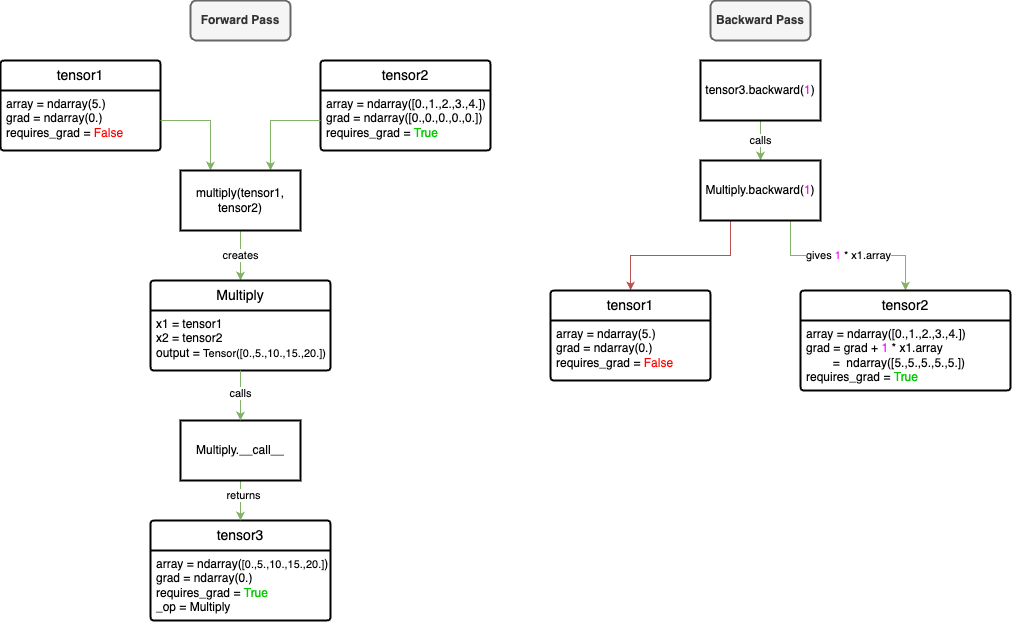
Before: images/graph.drawio.png, a diagram exported from draw.io (lennymalard/melpy-project). Source tidied: cells renumbered, new cells last; positions are measured from the earlier drawing's top-left corner, leaving out a move shared by most shapes.
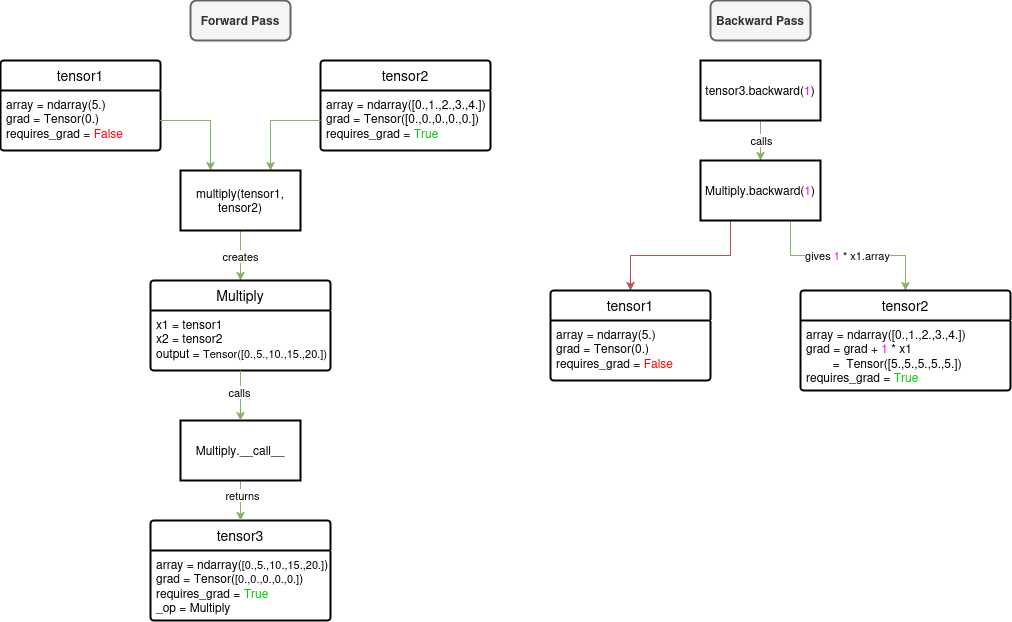
The same diagram one commit later.

The edit, as a diff of the source:
```diff
@@ -1,25 +1,25 @@
-<mxGraphModel background="#ffffff">
+<mxGraphModel>
   <root>
     <mxCell id="0" />
     <mxCell id="1" parent="0" />
     <mxCell id="2" value="tensor1" style="swimlane;horizontal=1;startSize=30;rounded=1;fontSize=14;fontStyle=0;strokeWidth=2;shadow=0;dashed=0;align=center;arcSize=4;whiteSpace=wrap;html=1;" parent="1" vertex="1">
       <mxGeometry y="60" width="160" height="90" as="geometry" />
     </mxCell>
-    <mxCell id="3" value="array = ndarray(5.)&lt;div&gt;grad = ndarray(0.)&lt;br&gt;requires_grad =&amp;nbsp;&lt;font style=&quot;color: rgb(255, 0, 0);&quot;&gt;False&lt;/font&gt;&lt;div&gt;&lt;br&gt;&lt;/div&gt;&lt;/div&gt;" style="align=left;strokeColor=none;fillColor=none;spacingLeft=4;fontSize=12;verticalAlign=top;html=1;" parent="2" vertex="1">
-      <mxGeometry y="30" width="160" height="60" as="geometry" />
-    </mxCell>
+    <mxCell id="30" value="array = ndarray(5.)&lt;div&gt;grad = Tensor(0.)&lt;br&gt;requires_grad =&amp;nbsp;&lt;font style=&quot;color: rgb(255, 0, 0);&quot;&gt;False&lt;/font&gt;&lt;div&gt;&lt;br&gt;&lt;/div&gt;&lt;/div&gt;" style="align=left;strokeColor=none;fillColor=none;spacingLeft=4;fontSize=12;verticalAlign=top;html=1;" parent="2" vertex="1">
+      <mxGeometry y="30" width="160" height="60" as="geometry" />
+    </mxCell>
     <mxCell id="4" value="tensor2" style="swimlane;horizontal=1;startSize=30;rounded=1;fontSize=14;fontStyle=0;strokeWidth=2;shadow=0;dashed=0;align=center;arcSize=4;whiteSpace=wrap;html=1;" parent="1" vertex="1">
       <mxGeometry x="320" y="60" width="170" height="90" as="geometry" />
     </mxCell>
-    <mxCell id="5" value="array = ndarray([0.,1.,2.,3.,4.])&lt;div&gt;grad = ndarray([0.,0.,0.,0.,0.])&lt;br&gt;requires_grad =&amp;nbsp;&lt;font style=&quot;color: rgb(0, 204, 0);&quot;&gt;True&lt;/font&gt;&lt;br&gt;&lt;br&gt;&lt;/div&gt;" style="align=left;strokeColor=none;fillColor=none;spacingLeft=4;fontSize=12;verticalAlign=top;html=1;" parent="4" vertex="1">
-      <mxGeometry y="30" width="170" height="60" as="geometry" />
-    </mxCell>
-    <mxCell id="6" style="edgeStyle=orthogonalEdgeStyle;rounded=0;jettySize=auto;html=1;fillColor=#d5e8d4;strokeColor=#82b366;entryX=0.25;entryY=0;entryDx=0;entryDy=0;" parent="1" edge="1" source="3" target="13">
-      <mxGeometry relative="1" as="geometry" />
-    </mxCell>
-    <mxCell id="7" style="edgeStyle=orthogonalEdgeStyle;rounded=0;jettySize=auto;html=1;entryX=0.75;entryY=0;entryDx=0;entryDy=0;fillColor=#d5e8d4;strokeColor=#82b366;" parent="1" edge="1" source="5" target="13">
-      <mxGeometry relative="1" as="geometry" />
-    </mxCell>
+    <mxCell id="31" value="array = ndarray([0.,1.,2.,3.,4.])&lt;div&gt;grad = Tensor([0.,0.,0.,0.,0.])&lt;br&gt;requires_grad =&amp;nbsp;&lt;font style=&quot;color: rgb(0, 204, 0);&quot;&gt;True&lt;/font&gt;&lt;br&gt;&lt;br&gt;&lt;/div&gt;" style="align=left;strokeColor=none;fillColor=none;spacingLeft=4;fontSize=12;verticalAlign=top;html=1;" parent="4" vertex="1">
+      <mxGeometry y="30" width="170" height="60" as="geometry" />
+    </mxCell>
+    <mxCell id="32" style="edgeStyle=orthogonalEdgeStyle;rounded=0;jettySize=auto;html=1;fillColor=#d5e8d4;strokeColor=#82b366;entryX=0.25;entryY=0;entryDx=0;entryDy=0;" parent="1" edge="1" source="30" target="13">
+      <mxGeometry relative="1" as="geometry" />
+    </mxCell>
+    <mxCell id="33" style="edgeStyle=orthogonalEdgeStyle;rounded=0;jettySize=auto;html=1;entryX=0.75;entryY=0;entryDx=0;entryDy=0;fillColor=#d5e8d4;strokeColor=#82b366;" parent="1" edge="1" source="31" target="13">
+      <mxGeometry relative="1" as="geometry" />
+    </mxCell>
     <mxCell id="8" value="&lt;b&gt;Forward Pass&lt;/b&gt;" style="text;html=1;align=center;verticalAlign=middle;whiteSpace=wrap;rounded=1;strokeColor=#666666;strokeWidth=2;perimeterSpacing=6;fillColor=#f5f5f5;fontColor=#333333;" parent="1" vertex="1">
       <mxGeometry x="190" width="100" height="40" as="geometry" />
     </mxCell>
@@ -29,9 +29,9 @@
     <mxCell id="10" value="tensor3" style="swimlane;horizontal=1;startSize=30;rounded=1;fontSize=14;fontStyle=0;strokeWidth=2;shadow=0;dashed=0;align=center;arcSize=4;whiteSpace=wrap;html=1;" parent="1" vertex="1">
       <mxGeometry x="150" y="520" width="180" height="100" as="geometry" />
     </mxCell>
-    <mxCell id="11" value="array = ndarray(&lt;span style=&quot;font-size: 11px;&quot;&gt;[0.,5.,10.,15.,20.]&lt;/span&gt;)&lt;br&gt;grad = ndarray(0.)&lt;div&gt;requires_grad =&amp;nbsp;&lt;font style=&quot;color: rgb(0, 204, 0);&quot;&gt;True&lt;/font&gt;&lt;br&gt;&lt;/div&gt;&lt;div&gt;&lt;font style=&quot;color: rgb(0, 0, 0);&quot;&gt;_op = Multiply&lt;/font&gt;&lt;/div&gt;" style="align=left;strokeColor=none;fillColor=none;spacingLeft=4;fontSize=12;verticalAlign=top;html=1;" parent="10" vertex="1">
-      <mxGeometry y="30" width="180" height="70" as="geometry" />
-    </mxCell>
+    <mxCell id="34" value="array = ndarray(&lt;span style=&quot;font-size: 11px;&quot;&gt;[0.,5.,10.,15.,20.]&lt;/span&gt;)&lt;br&gt;grad = Tensor(&lt;span style=&quot;font-size: 11px;&quot;&gt;[0.,0.,0.,0.,0.]&lt;/span&gt;)&lt;div&gt;requires_grad =&amp;nbsp;&lt;font style=&quot;color: rgb(0, 204, 0);&quot;&gt;True&lt;/font&gt;&lt;br&gt;&lt;/div&gt;&lt;div&gt;&lt;font style=&quot;color: rgb(0, 0, 0);&quot;&gt;_op = Multiply&lt;/font&gt;&lt;/div&gt;" style="align=left;strokeColor=none;fillColor=none;spacingLeft=4;fontSize=12;verticalAlign=top;html=1;" parent="10" vertex="1">
+      <mxGeometry y="30" width="180" height="70" as="geometry" />
+    </mxCell>
     <mxCell id="12" value="creates" style="edgeStyle=orthogonalEdgeStyle;rounded=0;jettySize=auto;html=1;entryX=0.5;entryY=0;entryDx=0;entryDy=0;fillColor=#d5e8d4;strokeColor=#82b366;" parent="1" edge="1" source="13" target="14">
       <mxGeometry x="0.02" relative="1" as="geometry" />
     </mxCell>
@@ -44,12 +44,12 @@
     <mxCell id="15" value="&lt;div&gt;&lt;div&gt;x1 = tensor1&lt;/div&gt;&lt;/div&gt;&lt;div&gt;x2 = tensor2&lt;/div&gt;&lt;div&gt;output =&amp;nbsp;&lt;span style=&quot;font-size: 11px; background-color: transparent; color: light-dark(rgb(0, 0, 0), rgb(255, 255, 255));&quot;&gt;Tensor([0.,5.,10.,15.,20.])&lt;/span&gt;&lt;/div&gt;&lt;div&gt;&lt;span style=&quot;font-size: 11px; background-color: transparent; color: light-dark(rgb(0, 0, 0), rgb(255, 255, 255));&quot;&gt;&lt;br&gt;&lt;/span&gt;&lt;/div&gt;" style="align=left;strokeColor=none;fillColor=none;spacingLeft=4;fontSize=12;verticalAlign=top;html=1;" parent="14" vertex="1">
       <mxGeometry y="30" width="180" height="60" as="geometry" />
     </mxCell>
-    <mxCell id="16" style="edgeStyle=orthogonalEdgeStyle;rounded=0;jettySize=auto;html=1;fillColor=#d5e8d4;strokeColor=#82b366;" parent="1" edge="1" source="18">
-      <mxGeometry relative="1" as="geometry">
-        <mxPoint x="240" y="520" as="targetPoint" />
-      </mxGeometry>
-    </mxCell>
+    <mxCell id="35" style="edgeStyle=orthogonalEdgeStyle;rounded=0;jettySize=auto;html=1;fillColor=#d5e8d4;strokeColor=#82b366;" parent="1" edge="1" source="18">
+      <mxGeometry relative="1" as="geometry">
+        <mxPoint x="240" y="520" as="targetPoint" />
+      </mxGeometry>
+    </mxCell>
-    <mxCell id="17" value="returns" style="edgeLabel;html=1;align=center;verticalAlign=middle;" parent="16" vertex="1">
+    <mxCell id="17" value="returns" style="edgeLabel;html=1;align=center;verticalAlign=middle;" parent="35" vertex="1">
       <mxGeometry x="-0.27" y="2" relative="1" as="geometry" />
     </mxCell>
     <mxCell id="18" value="Multiply.__call__" style="rounded=0;whiteSpace=wrap;html=1;strokeWidth=2;" parent="1" vertex="1">
@@ -81,14 +81,14 @@
     <mxCell id="26" value="tensor1" style="swimlane;horizontal=1;startSize=30;rounded=1;fontSize=14;fontStyle=0;strokeWidth=2;shadow=0;dashed=0;align=center;arcSize=4;whiteSpace=wrap;html=1;" parent="1" vertex="1">
       <mxGeometry x="550" y="290" width="160" height="90" as="geometry" />
     </mxCell>
-    <mxCell id="27" value="array = ndarray(5.)&lt;div&gt;grad = ndarray(0.)&lt;br&gt;requires_grad =&amp;nbsp;&lt;font style=&quot;color: rgb(255, 0, 0);&quot;&gt;False&lt;/font&gt;&lt;div&gt;&lt;br&gt;&lt;/div&gt;&lt;/div&gt;" style="align=left;strokeColor=none;fillColor=none;spacingLeft=4;fontSize=12;verticalAlign=top;html=1;" parent="26" vertex="1">
-      <mxGeometry y="30" width="160" height="60" as="geometry" />
-    </mxCell>
+    <mxCell id="36" value="array = ndarray(5.)&lt;div&gt;grad = Tensor(0.)&lt;br&gt;requires_grad =&amp;nbsp;&lt;font style=&quot;color: rgb(255, 0, 0);&quot;&gt;False&lt;/font&gt;&lt;div&gt;&lt;br&gt;&lt;/div&gt;&lt;/div&gt;" style="align=left;strokeColor=none;fillColor=none;spacingLeft=4;fontSize=12;verticalAlign=top;html=1;" parent="26" vertex="1">
+      <mxGeometry y="30" width="160" height="60" as="geometry" />
+    </mxCell>
     <mxCell id="28" value="tensor2" style="swimlane;horizontal=1;startSize=30;rounded=1;fontSize=14;fontStyle=0;strokeWidth=2;shadow=0;dashed=0;align=center;arcSize=4;whiteSpace=wrap;html=1;" parent="1" vertex="1">
       <mxGeometry x="800" y="290" width="210" height="100" as="geometry" />
     </mxCell>
-    <mxCell id="29" value="array = ndarray([0.,1.,2.,3.,4.])&lt;div&gt;grad = grad + &lt;font style=&quot;color: rgb(255, 0, 255);&quot;&gt;1&lt;/font&gt; * x1.array&lt;div&gt;&lt;span style=&quot;white-space-collapse: preserve;&quot;&gt;&#9;&lt;/span&gt;=&amp;nbsp;&lt;span style=&quot;background-color: transparent; color: light-dark(rgb(0, 0, 0), rgb(255, 255, 255));&quot;&gt;&amp;nbsp;&lt;/span&gt;&lt;span style=&quot;background-color: transparent; color: light-dark(rgb(0, 0, 0), rgb(255, 255, 255));&quot;&gt;ndarray&lt;/span&gt;&lt;span style=&quot;background-color: transparent; color: light-dark(rgb(0, 0, 0), rgb(255, 255, 255));&quot;&gt;([5.,5.,5.,5.,5.])&lt;/span&gt;&lt;/div&gt;requires_grad =&amp;nbsp;&lt;font style=&quot;color: rgb(0, 204, 0);&quot;&gt;True&lt;/font&gt;&lt;br&gt;&lt;br&gt;&lt;/div&gt;" style="align=left;strokeColor=none;fillColor=none;spacingLeft=4;fontSize=12;verticalAlign=top;html=1;" parent="28" vertex="1">
-      <mxGeometry y="30" width="210" height="70" as="geometry" />
-    </mxCell>
+    <mxCell id="37" value="array = ndarray([0.,1.,2.,3.,4.])&lt;div&gt;grad = grad + &lt;font style=&quot;color: rgb(255, 0, 255);&quot;&gt;1&lt;/font&gt; * x1&lt;div&gt;&lt;span style=&quot;white-space-collapse: preserve;&quot;&gt;&#9;&lt;/span&gt;=&amp;nbsp;&lt;span style=&quot;background-color: transparent; color: light-dark(rgb(0, 0, 0), rgb(255, 255, 255));&quot;&gt; Tensor&lt;/span&gt;&lt;span style=&quot;background-color: transparent; color: light-dark(rgb(0, 0, 0), rgb(255, 255, 255));&quot;&gt;([5.,5.,5.,5.,5.])&lt;/span&gt;&lt;/div&gt;requires_grad =&amp;nbsp;&lt;font style=&quot;color: rgb(0, 204, 0);&quot;&gt;True&lt;/font&gt;&lt;br&gt;&lt;br&gt;&lt;/div&gt;" style="align=left;strokeColor=none;fillColor=none;spacingLeft=4;fontSize=12;verticalAlign=top;html=1;" parent="28" vertex="1">
+      <mxGeometry y="30" width="210" height="70" as="geometry" />
+    </mxCell>
   </root>
 </mxGraphModel>
```
